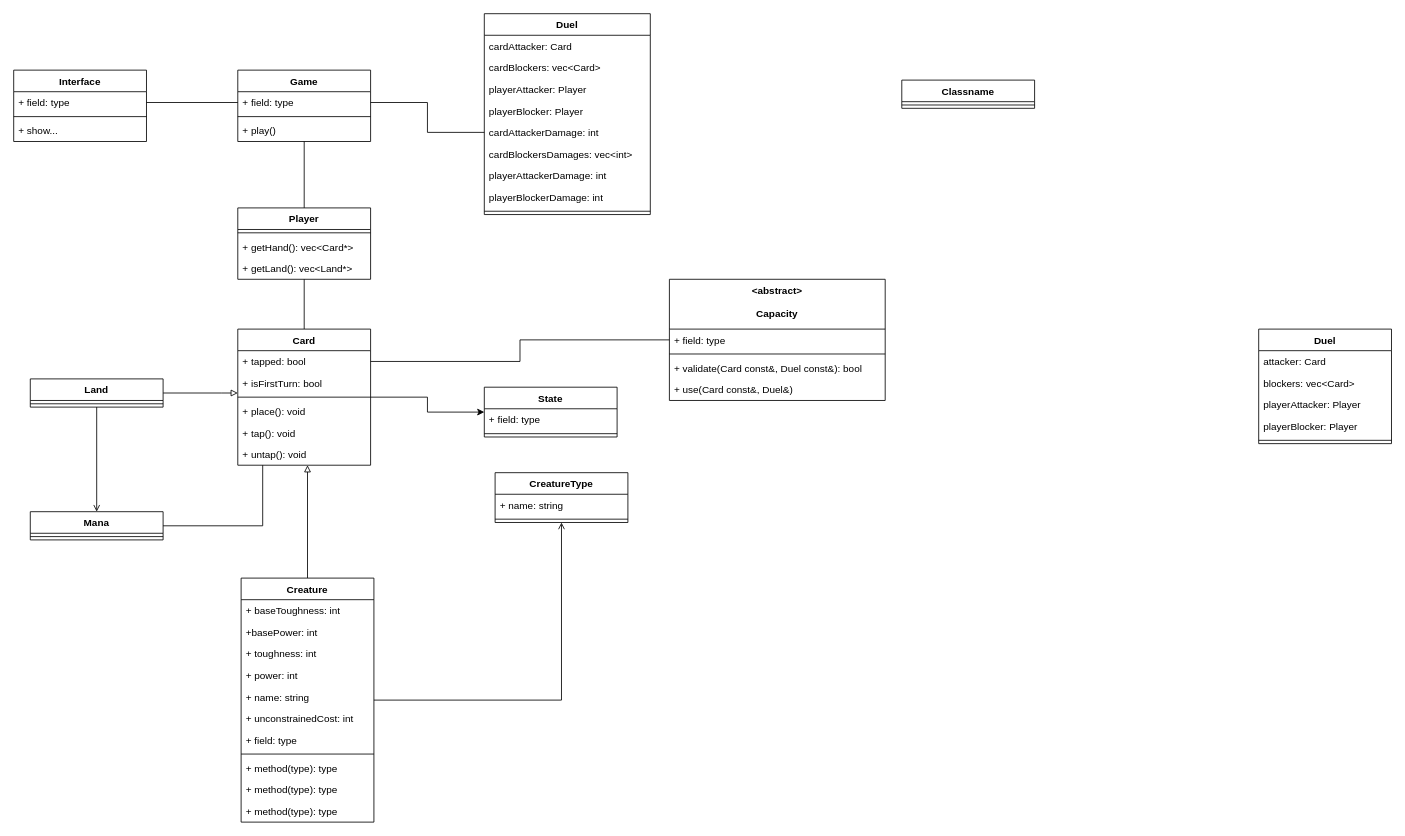
This is docs/Untitled Diagram.drawio from gdescomps/Magic-Cpp, a draw.io file, before an edit. Source tidied: cells renumbered, new cells numbered last; positions are measured from the earlier drawing's top-left corner, leaving out a move shared by most shapes. Both pictures are drawn from the tidied source at 83%, with x=0, y=0 at pixel (13, 13).
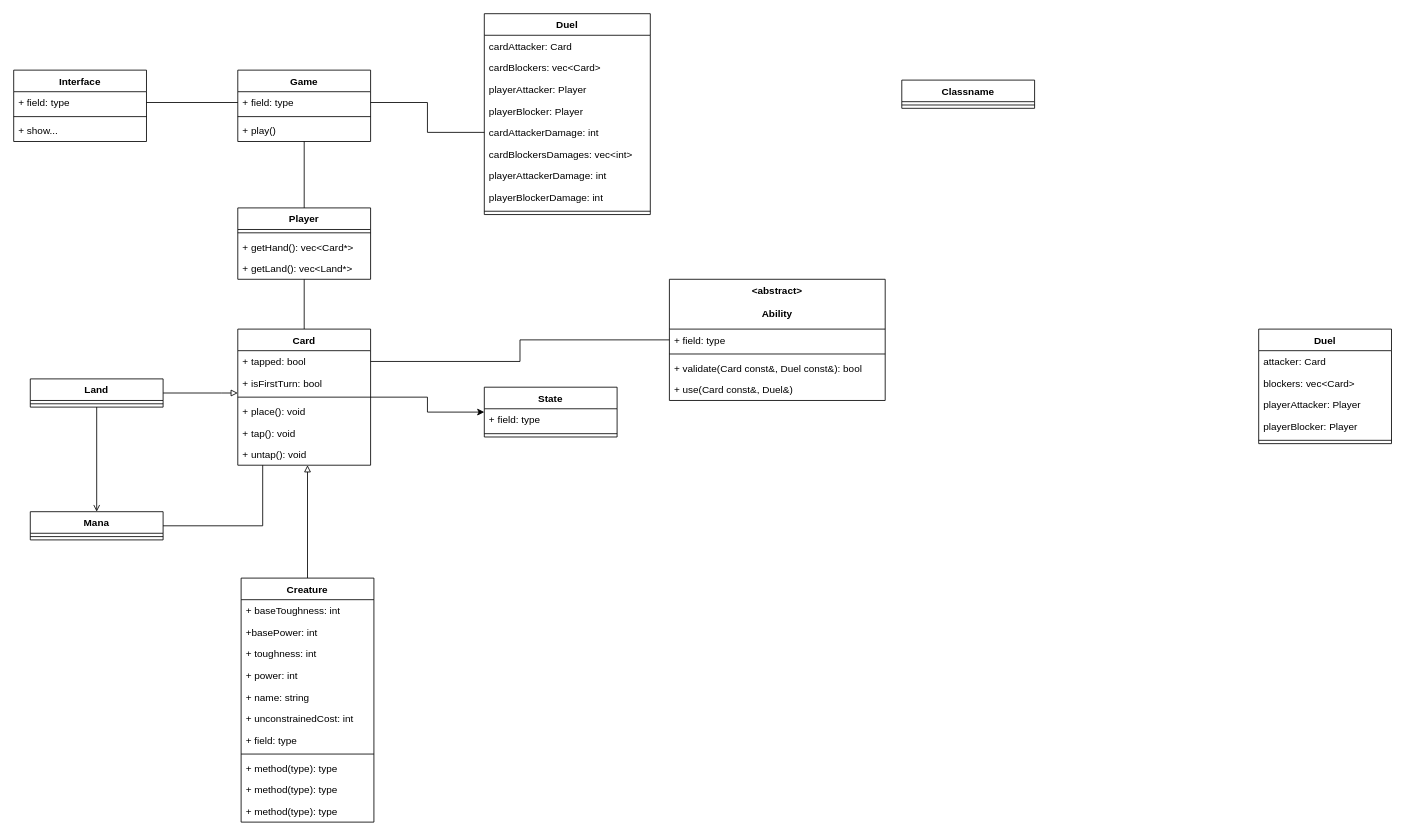
The same page after the edit.

The change refers to these unchanged cells:
```xml
<mxCell id="23" value="Creature" style="swimlane;fontStyle=1;align=center;verticalAlign=top;horizontal=1;startSize=26;" parent="1" vertex="1">
  <mxGeometry x="274" y="680" width="160" height="294" as="geometry" />
</mxCell>
```

Change to the diagram source:
```diff
@@
-    <mxCell id="22" style="edgeStyle=orthogonalEdgeStyle;rounded=0;jettySize=auto;html=1;endArrow=open;endFill=0;" parent="1" edge="1" source="23" target="41">
-      <mxGeometry relative="1" as="geometry" />
-    </mxCell>
@@
-    <mxCell id="41" value="CreatureType" style="swimlane;fontStyle=1;align=center;verticalAlign=top;horizontal=1;startSize=26;" parent="1" vertex="1">
-      <mxGeometry x="580" y="553" width="160" height="60" as="geometry" />
-    </mxCell>
-    <mxCell id="42" value="+ name: string" style="text;strokeColor=none;fillColor=none;align=left;verticalAlign=top;spacingLeft=4;spacingRight=4;overflow=hidden;" parent="41" vertex="1">
-      <mxGeometry y="26" width="160" height="26" as="geometry" />
-    </mxCell>
-    <mxCell id="43" style="line;strokeWidth=1;fillColor=none;align=left;verticalAlign=middle;spacingTop=-1;spacingLeft=3;spacingRight=3;labelPosition=right;" parent="41" vertex="1">
-      <mxGeometry y="52" width="160" height="8" as="geometry" />
-    </mxCell>
@@
-    <mxCell id="49" value="&lt;abstract&gt; &#10;&#10;Capacity" style="swimlane;fontStyle=1;align=center;verticalAlign=top;horizontal=1;startSize=60;" parent="1" vertex="1">
+    <mxCell id="49" value="&lt;abstract&gt; &#10;&#10;Ability" style="swimlane;fontStyle=1;align=center;verticalAlign=top;horizontal=1;startSize=60;" parent="1" vertex="1">
       <mxGeometry x="790" y="320" width="260" height="146" as="geometry" />
     </mxCell>
```
